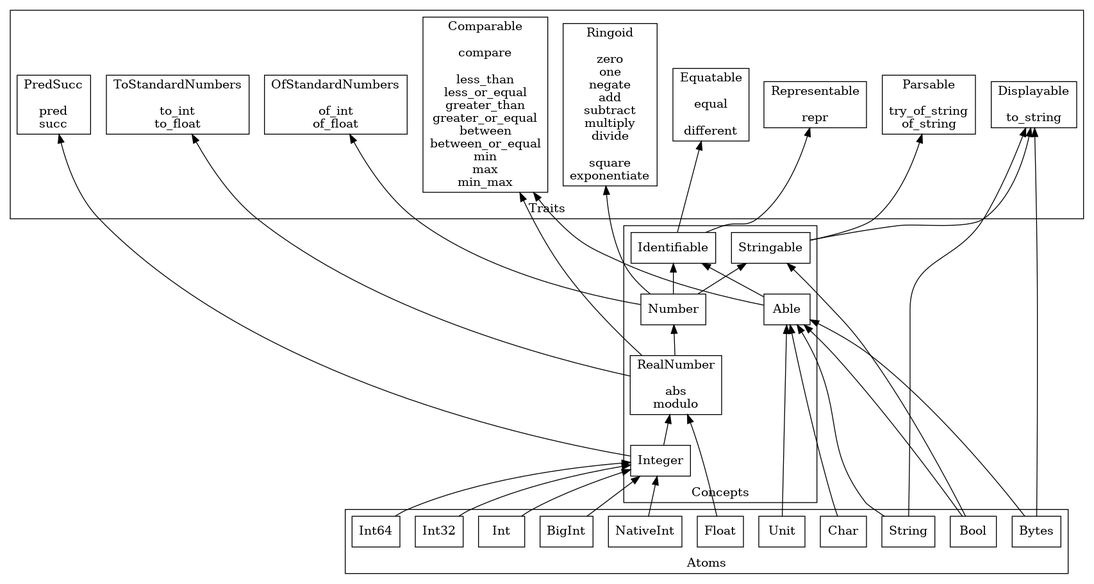
jacquev6/General keeps this Graphviz diagram as docs/Facets.png. Above is the earlier version. Its source is kept beside it as src/Generated/Facets.dot.
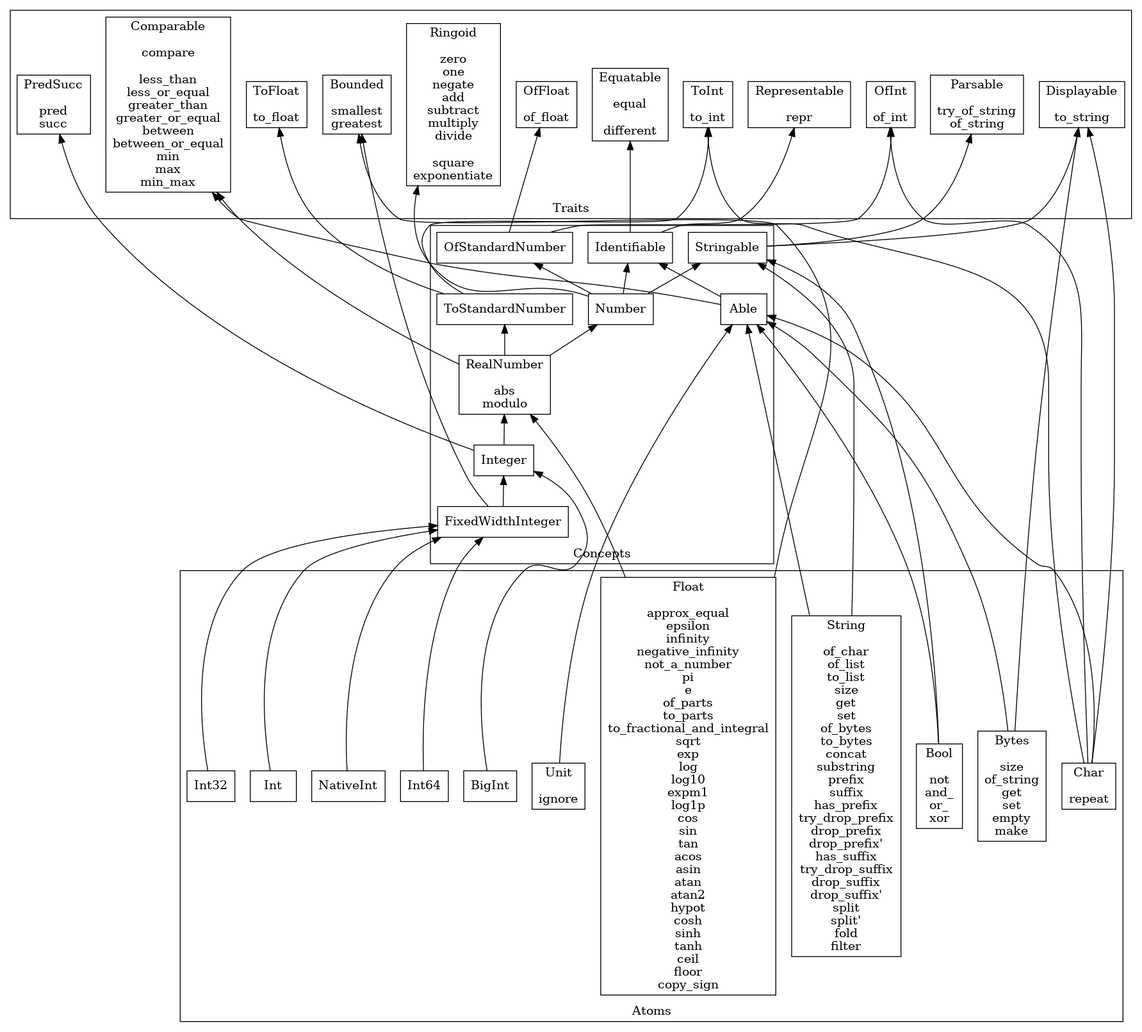
Above is the later version.

What changed in the source:
```diff
@@ -9,32 +9,38 @@
     parsable [label="Parsable\n\ntry_of_string\nof_string"];
     comparable [label="Comparable\n\ncompare\n\nless_than\nless_or_equal\ngreater_than\ngreater_or_equal\nbetween\nbetween_or_equal\nmin\nmax\nmin_max"];
     ringoid [label="Ringoid\n\nzero\none\nnegate\nadd\nsubtract\nmultiply\ndivide\n\nsquare\nexponentiate"];
-    ofstandardnumbers [label="OfStandardNumbers\n\nof_int\nof_float"];
-    tostandardnumbers [label="ToStandardNumbers\n\nto_int\nto_float"];
+    ofint [label="OfInt\n\nof_int"];
+    toint [label="ToInt\n\nto_int"];
+    offloat [label="OfFloat\n\nof_float"];
+    tofloat [label="ToFloat\n\nto_float"];
     predsucc [label="PredSucc\n\npred\nsucc"];
+    bounded [label="Bounded\n\nsmallest\ngreatest"];
   }
   subgraph cluster_Concepts {
     label="Concepts";
     identifiable [label="Identifiable"];
     able [label="Able"];
     stringable [label="Stringable"];
+    ofstandardnumber [label="OfStandardNumber"];
     number [label="Number"];
+    tostandardnumber [label="ToStandardNumber"];
     realnumber [label="RealNumber\n\nabs\nmodulo"];
     integer [label="Integer"];
+    fixedwidthinteger [label="FixedWidthInteger"];
   }
   subgraph cluster_Atoms {
     label="Atoms";
-    unit [label="Unit"];
-    bool [label="Bool"];
-    char [label="Char"];
+    unit [label="Unit\n\nignore"];
+    bool [label="Bool\n\nnot\nand_\nor_\nxor"];
+    char [label="Char\n\nrepeat"];
     int [label="Int"];
     int32 [label="Int32"];
     int64 [label="Int64"];
     nativeint [label="NativeInt"];
     bigint [label="BigInt"];
-    float [label="Float"];
-    string [label="String"];
-    bytes [label="Bytes"];
+    float [label="Float\n\napprox_equal\nepsilon\ninfinity\nnegative_infinity\nnot_a_number\npi\ne\nof_parts\nto_parts\nto_fractional_and_integral\nsqrt\nexp\nlog\nlog10\nexpm1\nlog1p\ncos\nsin\ntan\nacos\nasin\natan\natan2\nhypot\ncosh\nsinh\ntanh\nceil\nfloor\ncopy_sign"];
+    string [label="String\n\nof_char\nof_list\nto_list\nsize\nget\nset\nof_bytes\nto_bytes\nconcat\nsubstring\nprefix\nsuffix\nhas_prefix\ntry_drop_prefix\ndrop_prefix\ndrop_prefix'\nhas_suffix\ntry_drop_suffix\ndrop_suffix\ndrop_suffix'\nsplit\nsplit'\nfold\nfilter"];
+    bytes [label="Bytes\n\nsize\nof_string\nget\nset\nempty\nmake"];
   }
   identifiable -> equatable
   identifiable -> representable
@@ -42,27 +48,37 @@
   able -> comparable
   stringable -> displayable
   stringable -> parsable
+  ofstandardnumber -> ofint
+  ofstandardnumber -> offloat
   number -> identifiable
   number -> stringable
   number -> ringoid
-  number -> ofstandardnumbers
+  number -> ofstandardnumber
+  tostandardnumber -> toint
+  tostandardnumber -> tofloat
   realnumber -> number
   realnumber -> comparable
-  realnumber -> tostandardnumbers
+  realnumber -> tostandardnumber
   integer -> realnumber
   integer -> predsucc
+  fixedwidthinteger -> integer
+  fixedwidthinteger -> bounded
   unit -> able
   bool -> able
   bool -> stringable
   char -> able
-  int -> integer
-  int32 -> integer
-  int64 -> integer
-  nativeint -> integer
+  char -> displayable
+  char -> ofint
+  char -> toint
+  int -> fixedwidthinteger
+  int32 -> fixedwidthinteger
+  int64 -> fixedwidthinteger
+  nativeint -> fixedwidthinteger
   bigint -> integer
   float -> realnumber
+  float -> bounded
   string -> able
-  string -> displayable
+  string -> stringable
   bytes -> able
   bytes -> displayable
 }
```
